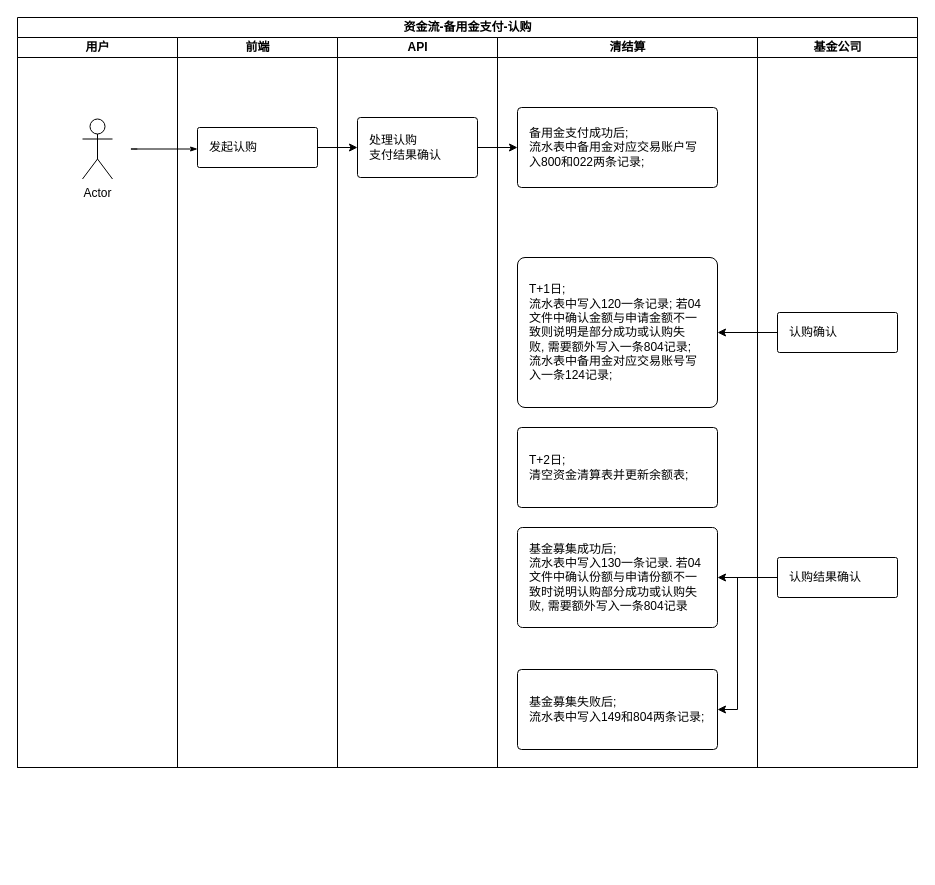
The draw.io diagram page "认购-备用金支付" (2 of 7) of 2.drawio in xieyx/flow, before the edit. Source tidied: cells renumbered, new cells numbered last; positions are measured from the earlier drawing's top-left corner, leaving out a move shared by most shapes. Both pictures are drawn from the tidied source at 100%, with x=0, y=0 at pixel (17, 17).
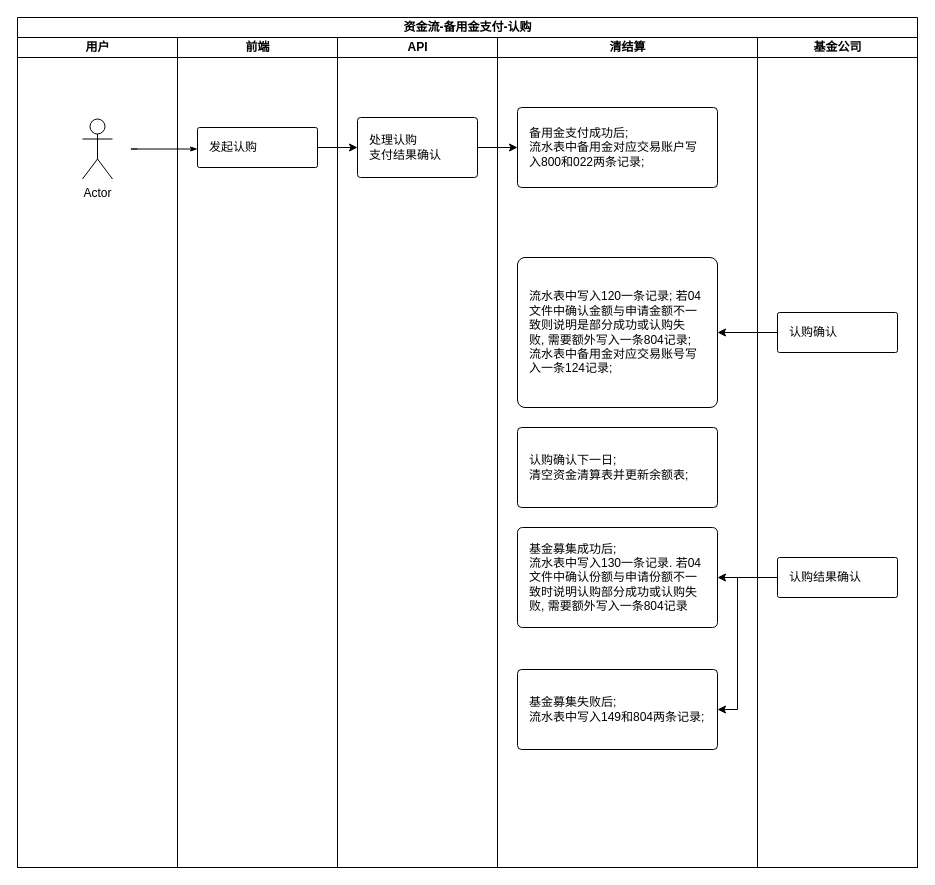
The same diagram, later.

Diff of the diagram source:
```diff
@@
     <mxCell id="2" value="资金流-备用金支付-认购" style="swimlane;html=1;startSize=20;rounded=0;shadow=0;labelBackgroundColor=none;strokeWidth=1;fontFamily=Helvetica;fontSize=12;align=center;" parent="1" vertex="1">
-      <mxGeometry width="900" height="750" as="geometry" />
+      <mxGeometry width="900" height="850" as="geometry" />
     </mxCell>
     <mxCell id="3" value="用户" style="swimlane;html=1;startSize=20;fontFamily=Helvetica;fontSize=12;" parent="2" vertex="1">
-      <mxGeometry y="20" width="160" height="730" as="geometry" />
+      <mxGeometry y="20" width="160" height="830" as="geometry" />
     </mxCell>
@@
     <mxCell id="5" value="前端" style="swimlane;html=1;startSize=20;fontFamily=Helvetica;fontSize=12;" parent="2" vertex="1">
-      <mxGeometry x="160" y="20" width="160" height="730" as="geometry" />
+      <mxGeometry x="160" y="20" width="160" height="830" as="geometry" />
     </mxCell>
@@
     <mxCell id="7" value="API" style="swimlane;html=1;startSize=20;fontFamily=Helvetica;fontSize=12;" parent="2" vertex="1">
-      <mxGeometry x="320" y="20" width="160" height="730" as="geometry" />
+      <mxGeometry x="320" y="20" width="160" height="830" as="geometry" />
     </mxCell>
@@
     <mxCell id="12" value="清结算" style="swimlane;html=1;startSize=20;fontFamily=Helvetica;fontSize=12;" parent="2" vertex="1">
-      <mxGeometry x="480" y="20" width="260" height="730" as="geometry" />
+      <mxGeometry x="480" y="20" width="260" height="830" as="geometry" />
     </mxCell>
@@
-    <mxCell id="14" value="&lt;span style=&quot;font-size: 12px;&quot;&gt;T+1日;&lt;br style=&quot;font-size: 12px;&quot;&gt;流水表中写入120一条记录; 若04文件中确认金额与申请金额不一致则说明是部分成功或认购失败&lt;/span&gt;&lt;span style=&quot;font-size: 12px;&quot;&gt;,&lt;/span&gt;&lt;span style=&quot;font-size: 12px;&quot;&gt;&lt;span style=&quot;font-size: 12px;&quot;&gt;&amp;nbsp;需要&lt;/span&gt;&lt;/span&gt;&lt;span style=&quot;font-size: 12px;&quot;&gt;&lt;span style=&quot;font-size: 12px;&quot;&gt;额外写入一条804记录&lt;/span&gt;&lt;/span&gt;&lt;span style=&quot;font-size: 12px;&quot;&gt;;&lt;/span&gt;&lt;span style=&quot;font-size: 12px;&quot;&gt;&lt;br style=&quot;font-size: 12px;&quot;&gt;流水表中备用金对应交易账号写入一条124记录;&lt;/span&gt;" style="rounded=1;whiteSpace=wrap;html=1;align=left;spacingLeft=2;spacingRight=2;spacing=10;arcSize=5;fontFamily=Helvetica;fontSize=12;" parent="12" vertex="1">
+    <mxCell id="14" value="&lt;span style=&quot;font-size: 12px&quot;&gt;流水表中写入120一条记录; 若04文件中确认金额与申请金额不一致则说明是部分成功或认购失败&lt;/span&gt;&lt;span style=&quot;font-size: 12px&quot;&gt;,&lt;/span&gt;&lt;span style=&quot;font-size: 12px&quot;&gt;&lt;span style=&quot;font-size: 12px&quot;&gt;&amp;nbsp;需要&lt;/span&gt;&lt;/span&gt;&lt;span style=&quot;font-size: 12px&quot;&gt;&lt;span style=&quot;font-size: 12px&quot;&gt;额外写入一条804记录&lt;/span&gt;&lt;/span&gt;&lt;span style=&quot;font-size: 12px&quot;&gt;;&lt;/span&gt;&lt;span style=&quot;font-size: 12px&quot;&gt;&lt;br style=&quot;font-size: 12px&quot;&gt;流水表中备用金对应交易账号写入一条124记录;&lt;/span&gt;" style="rounded=1;whiteSpace=wrap;html=1;align=left;spacingLeft=2;spacingRight=2;spacing=10;arcSize=5;fontFamily=Helvetica;fontSize=12;" parent="12" vertex="1">
       <mxGeometry x="20" y="220" width="200" height="150" as="geometry" />
     </mxCell>
@@
-    <mxCell id="17" value="T+2日;&lt;br style=&quot;font-size: 12px;&quot;&gt;清空资金清算表并更新余额表;" style="rounded=1;whiteSpace=wrap;html=1;align=left;spacingLeft=2;spacingRight=2;spacing=10;arcSize=5;fontFamily=Helvetica;fontSize=12;" parent="12" vertex="1">
+    <mxCell id="17" value="认购确认下一日;&lt;br&gt;清空资金清算表并更新余额表;" style="rounded=1;whiteSpace=wrap;html=1;align=left;spacingLeft=2;spacingRight=2;spacing=10;arcSize=5;fontFamily=Helvetica;fontSize=12;" parent="12" vertex="1">
       <mxGeometry x="20" y="390" width="200" height="80" as="geometry" />
     </mxCell>
     <mxCell id="18" value="基金公司" style="swimlane;html=1;startSize=20;fontFamily=Helvetica;fontSize=12;" parent="2" vertex="1">
-      <mxGeometry x="740" y="20" width="160" height="730" as="geometry" />
+      <mxGeometry x="740" y="20" width="160" height="830" as="geometry" />
     </mxCell>
```
